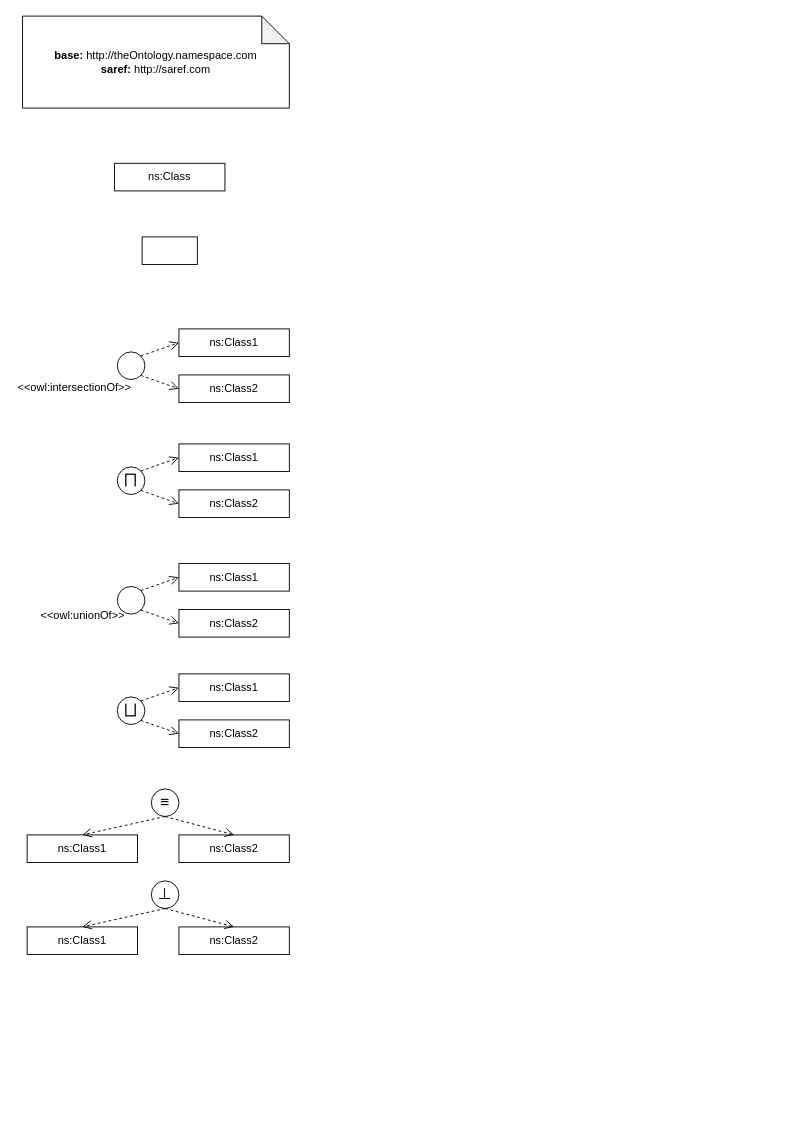
Before: data/unit_tests.drawio in oeg-upm/Chowlk, a draw.io diagram. Source tidied: cells renumbered, new cells numbered last; positions are measured from the earlier drawing's top-left corner, leaving out a move shared by most shapes. Both pictures are drawn from the tidied source at 92%, with x=0, y=0 at pixel (16, 16).
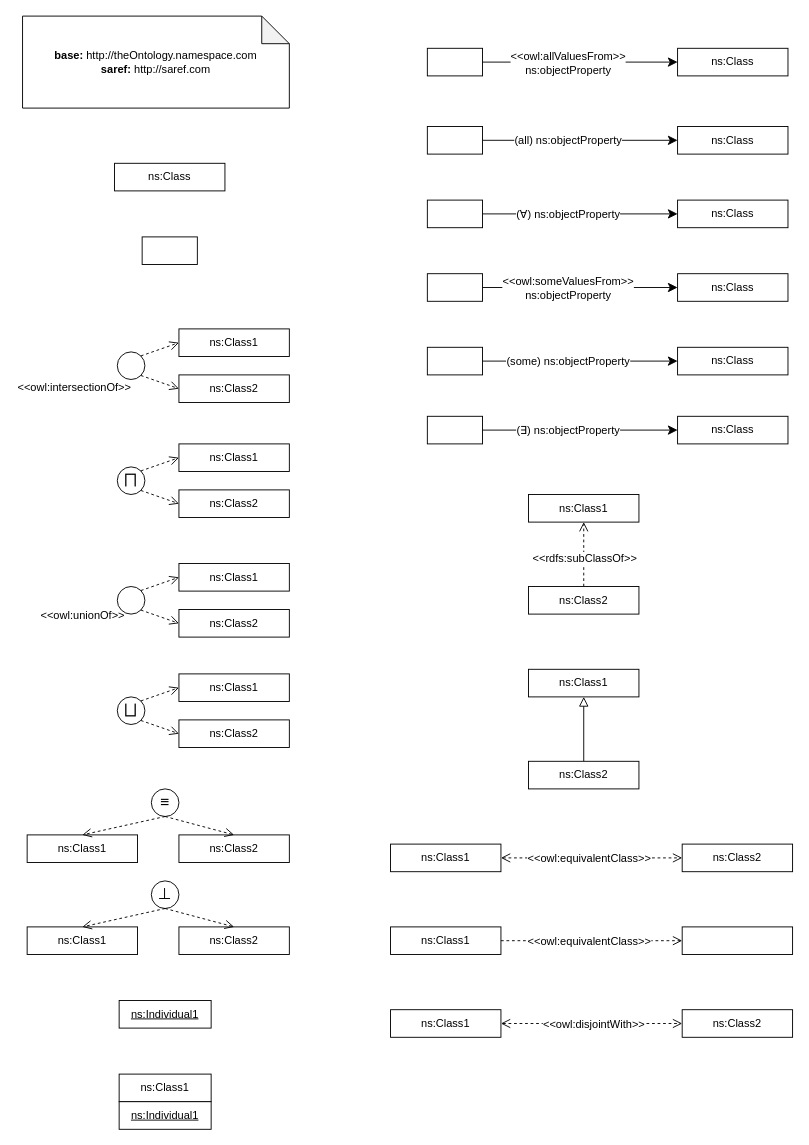
Above is the later version.

Change to the diagram source:
```diff
@@
+    <mxCell id="37" value="&lt;u&gt;ns:Individual1&lt;/u&gt;" style="rounded=0;whiteSpace=wrap;html=1;" parent="1" vertex="1">
+      <mxGeometry x="112" y="1070" width="100" height="30" as="geometry" />
+    </mxCell>
+    <mxCell id="38" value="ns:Class1" style="rounded=0;whiteSpace=wrap;html=1;" parent="1" vertex="1">
+      <mxGeometry x="112" y="1150" width="100" height="30" as="geometry" />
+    </mxCell>
+    <mxCell id="39" value="&lt;u&gt;ns:Individual1&lt;/u&gt;" style="rounded=0;whiteSpace=wrap;html=1;" parent="1" vertex="1">
+      <mxGeometry x="112" y="1180" width="100" height="30" as="geometry" />
+    </mxCell>
+    <mxCell id="40" style="rounded=0;whiteSpace=wrap;html=1;snapToPoint=1;points=[[0.1,0],[0.2,0],[0.3,0],[0.4,0],[0.5,0],[0.6,0],[0.7,0],[0.8,0],[0.9,0],[0,0.1],[0,0.3],[0,0.5],[0,0.7],[0,0.9],[0.1,1],[0.2,1],[0.3,1],[0.4,1],[0.5,1],[0.6,1],[0.7,1],[0.8,1],[0.9,1],[1,0.1],[1,0.3],[1,0.5],[1,0.7],[1,0.9]];" parent="1" vertex="1">
+      <mxGeometry x="447" y="35" width="60" height="30" as="geometry" />
+    </mxCell>
+    <mxCell id="41" value="ns:Class" style="rounded=0;whiteSpace=wrap;html=1;snapToPoint=1;points=[[0.1,0],[0.2,0],[0.3,0],[0.4,0],[0.5,0],[0.6,0],[0.7,0],[0.8,0],[0.9,0],[0,0.1],[0,0.3],[0,0.5],[0,0.7],[0,0.9],[0.1,1],[0.2,1],[0.3,1],[0.4,1],[0.5,1],[0.6,1],[0.7,1],[0.8,1],[0.9,1],[1,0.1],[1,0.3],[1,0.5],[1,0.7],[1,0.9]];" parent="1" vertex="1">
+      <mxGeometry x="719" y="35" width="120" height="30" as="geometry" />
+    </mxCell>
+    <mxCell id="42" style="endArrow=classic;html=1;exitX=1;exitY=0.5;exitDx=0;exitDy=0;entryX=0;entryY=0.5;entryDx=0;entryDy=0;endSize=8;" parent="1" edge="1" source="40" target="41">
+      <mxGeometry relative="1" as="geometry" />
+    </mxCell>
+    <mxCell id="43" value="&lt;div&gt;&lt;div&gt;&amp;lt;&amp;lt;owl:allValuesFrom&amp;gt;&amp;gt;&lt;/div&gt;ns:objectProperty&lt;/div&gt;" style="text;html=1;align=center;verticalAlign=middle;labelBackgroundColor=#ffffff;" parent="42" vertex="1">
+      <mxGeometry x="-0.13" relative="1" as="geometry" />
+    </mxCell>
+    <mxCell id="44" style="rounded=0;whiteSpace=wrap;html=1;snapToPoint=1;points=[[0.1,0],[0.2,0],[0.3,0],[0.4,0],[0.5,0],[0.6,0],[0.7,0],[0.8,0],[0.9,0],[0,0.1],[0,0.3],[0,0.5],[0,0.7],[0,0.9],[0.1,1],[0.2,1],[0.3,1],[0.4,1],[0.5,1],[0.6,1],[0.7,1],[0.8,1],[0.9,1],[1,0.1],[1,0.3],[1,0.5],[1,0.7],[1,0.9]];" parent="1" vertex="1">
+      <mxGeometry x="447" y="120" width="60" height="30" as="geometry" />
+    </mxCell>
+    <mxCell id="45" value="ns:Class" style="rounded=0;whiteSpace=wrap;html=1;snapToPoint=1;points=[[0.1,0],[0.2,0],[0.3,0],[0.4,0],[0.5,0],[0.6,0],[0.7,0],[0.8,0],[0.9,0],[0,0.1],[0,0.3],[0,0.5],[0,0.7],[0,0.9],[0.1,1],[0.2,1],[0.3,1],[0.4,1],[0.5,1],[0.6,1],[0.7,1],[0.8,1],[0.9,1],[1,0.1],[1,0.3],[1,0.5],[1,0.7],[1,0.9]];" parent="1" vertex="1">
+      <mxGeometry x="719" y="120" width="120" height="30" as="geometry" />
+    </mxCell>
+    <mxCell id="46" style="endArrow=classic;html=1;exitX=1;exitY=0.5;exitDx=0;exitDy=0;endSize=8;entryX=0;entryY=0.5;entryDx=0;entryDy=0;" parent="1" edge="1" source="44" target="45">
+      <mxGeometry relative="1" as="geometry" />
+    </mxCell>
+    <mxCell id="47" value="(all) ns:objectProperty" style="text;html=1;align=center;verticalAlign=middle;labelBackgroundColor=#ffffff;" parent="46" vertex="1">
+      <mxGeometry x="-0.13" relative="1" as="geometry" />
+    </mxCell>
+    <mxCell id="48" style="rounded=0;whiteSpace=wrap;html=1;snapToPoint=1;points=[[0.1,0],[0.2,0],[0.3,0],[0.4,0],[0.5,0],[0.6,0],[0.7,0],[0.8,0],[0.9,0],[0,0.1],[0,0.3],[0,0.5],[0,0.7],[0,0.9],[0.1,1],[0.2,1],[0.3,1],[0.4,1],[0.5,1],[0.6,1],[0.7,1],[0.8,1],[0.9,1],[1,0.1],[1,0.3],[1,0.5],[1,0.7],[1,0.9]];" parent="1" vertex="1">
+      <mxGeometry x="447" y="200" width="60" height="30" as="geometry" />
+    </mxCell>
+    <mxCell id="49" value="ns:Class" style="rounded=0;whiteSpace=wrap;html=1;snapToPoint=1;points=[[0.1,0],[0.2,0],[0.3,0],[0.4,0],[0.5,0],[0.6,0],[0.7,0],[0.8,0],[0.9,0],[0,0.1],[0,0.3],[0,0.5],[0,0.7],[0,0.9],[0.1,1],[0.2,1],[0.3,1],[0.4,1],[0.5,1],[0.6,1],[0.7,1],[0.8,1],[0.9,1],[1,0.1],[1,0.3],[1,0.5],[1,0.7],[1,0.9]];" parent="1" vertex="1">
+      <mxGeometry x="719" y="200" width="120" height="30" as="geometry" />
+    </mxCell>
+    <mxCell id="50" style="endArrow=classic;html=1;exitX=1;exitY=0.5;exitDx=0;exitDy=0;entryX=0;entryY=0.5;entryDx=0;entryDy=0;endSize=8;" parent="1" edge="1" source="48" target="49">
+      <mxGeometry relative="1" as="geometry" />
+    </mxCell>
+    <mxCell id="51" value="&lt;div&gt;(&lt;span class=&quot;ILfuVd NA6bn&quot;&gt;&lt;span class=&quot;e24Kjd&quot;&gt;∀&lt;/span&gt;&lt;/span&gt;) ns:objectProperty&lt;/div&gt;" style="text;html=1;align=center;verticalAlign=middle;labelBackgroundColor=#ffffff;" parent="50" vertex="1">
+      <mxGeometry x="-0.13" relative="1" as="geometry" />
+    </mxCell>
+    <mxCell id="52" style="rounded=0;whiteSpace=wrap;html=1;snapToPoint=1;points=[[0.1,0],[0.2,0],[0.3,0],[0.4,0],[0.5,0],[0.6,0],[0.7,0],[0.8,0],[0.9,0],[0,0.1],[0,0.3],[0,0.5],[0,0.7],[0,0.9],[0.1,1],[0.2,1],[0.3,1],[0.4,1],[0.5,1],[0.6,1],[0.7,1],[0.8,1],[0.9,1],[1,0.1],[1,0.3],[1,0.5],[1,0.7],[1,0.9]];" parent="1" vertex="1">
+      <mxGeometry x="447" y="280" width="60" height="30" as="geometry" />
+    </mxCell>
+    <mxCell id="53" value="ns:Class" style="rounded=0;whiteSpace=wrap;html=1;snapToPoint=1;points=[[0.1,0],[0.2,0],[0.3,0],[0.4,0],[0.5,0],[0.6,0],[0.7,0],[0.8,0],[0.9,0],[0,0.1],[0,0.3],[0,0.5],[0,0.7],[0,0.9],[0.1,1],[0.2,1],[0.3,1],[0.4,1],[0.5,1],[0.6,1],[0.7,1],[0.8,1],[0.9,1],[1,0.1],[1,0.3],[1,0.5],[1,0.7],[1,0.9]];" parent="1" vertex="1">
+      <mxGeometry x="719" y="280" width="120" height="30" as="geometry" />
+    </mxCell>
+    <mxCell id="54" style="endArrow=classic;html=1;exitX=1;exitY=0.5;exitDx=0;exitDy=0;entryX=0;entryY=0.5;entryDx=0;entryDy=0;endSize=8;" parent="1" edge="1" source="52" target="53">
+      <mxGeometry relative="1" as="geometry" />
+    </mxCell>
+    <mxCell id="55" value="&lt;div&gt;&lt;div&gt;&amp;lt;&amp;lt;owl:someValuesFrom&amp;gt;&amp;gt;&lt;/div&gt;ns:objectProperty&lt;/div&gt;" style="text;html=1;align=center;verticalAlign=middle;labelBackgroundColor=#ffffff;" parent="54" vertex="1">
+      <mxGeometry x="-0.13" relative="1" as="geometry" />
+    </mxCell>
+    <mxCell id="56" style="rounded=0;whiteSpace=wrap;html=1;snapToPoint=1;points=[[0.1,0],[0.2,0],[0.3,0],[0.4,0],[0.5,0],[0.6,0],[0.7,0],[0.8,0],[0.9,0],[0,0.1],[0,0.3],[0,0.5],[0,0.7],[0,0.9],[0.1,1],[0.2,1],[0.3,1],[0.4,1],[0.5,1],[0.6,1],[0.7,1],[0.8,1],[0.9,1],[1,0.1],[1,0.3],[1,0.5],[1,0.7],[1,0.9]];" parent="1" vertex="1">
+      <mxGeometry x="447" y="360" width="60" height="30" as="geometry" />
+    </mxCell>
+    <mxCell id="57" value="ns:Class" style="rounded=0;whiteSpace=wrap;html=1;snapToPoint=1;points=[[0.1,0],[0.2,0],[0.3,0],[0.4,0],[0.5,0],[0.6,0],[0.7,0],[0.8,0],[0.9,0],[0,0.1],[0,0.3],[0,0.5],[0,0.7],[0,0.9],[0.1,1],[0.2,1],[0.3,1],[0.4,1],[0.5,1],[0.6,1],[0.7,1],[0.8,1],[0.9,1],[1,0.1],[1,0.3],[1,0.5],[1,0.7],[1,0.9]];" parent="1" vertex="1">
+      <mxGeometry x="719" y="360" width="120" height="30" as="geometry" />
+    </mxCell>
+    <mxCell id="58" style="endArrow=classic;html=1;exitX=1;exitY=0.5;exitDx=0;exitDy=0;entryX=0;entryY=0.5;entryDx=0;entryDy=0;endSize=8;" parent="1" edge="1" source="56" target="57">
+      <mxGeometry relative="1" as="geometry" />
+    </mxCell>
+    <mxCell id="59" value="(some) ns:objectProperty" style="text;html=1;align=center;verticalAlign=middle;labelBackgroundColor=#ffffff;" parent="58" vertex="1">
+      <mxGeometry x="-0.13" relative="1" as="geometry" />
+    </mxCell>
+    <mxCell id="60" style="rounded=0;whiteSpace=wrap;html=1;snapToPoint=1;points=[[0.1,0],[0.2,0],[0.3,0],[0.4,0],[0.5,0],[0.6,0],[0.7,0],[0.8,0],[0.9,0],[0,0.1],[0,0.3],[0,0.5],[0,0.7],[0,0.9],[0.1,1],[0.2,1],[0.3,1],[0.4,1],[0.5,1],[0.6,1],[0.7,1],[0.8,1],[0.9,1],[1,0.1],[1,0.3],[1,0.5],[1,0.7],[1,0.9]];" parent="1" vertex="1">
+      <mxGeometry x="447" y="435" width="60" height="30" as="geometry" />
+    </mxCell>
+    <mxCell id="61" value="ns:Class" style="rounded=0;whiteSpace=wrap;html=1;snapToPoint=1;points=[[0.1,0],[0.2,0],[0.3,0],[0.4,0],[0.5,0],[0.6,0],[0.7,0],[0.8,0],[0.9,0],[0,0.1],[0,0.3],[0,0.5],[0,0.7],[0,0.9],[0.1,1],[0.2,1],[0.3,1],[0.4,1],[0.5,1],[0.6,1],[0.7,1],[0.8,1],[0.9,1],[1,0.1],[1,0.3],[1,0.5],[1,0.7],[1,0.9]];" parent="1" vertex="1">
+      <mxGeometry x="719" y="435" width="120" height="30" as="geometry" />
+    </mxCell>
+    <mxCell id="62" style="endArrow=classic;html=1;exitX=1;exitY=0.5;exitDx=0;exitDy=0;entryX=0;entryY=0.5;entryDx=0;entryDy=0;endSize=8;" parent="1" edge="1" source="60" target="61">
+      <mxGeometry relative="1" as="geometry" />
+    </mxCell>
+    <mxCell id="63" value="&lt;div&gt;(&lt;span class=&quot;ILfuVd NA6bn&quot;&gt;&lt;span class=&quot;e24Kjd&quot;&gt;∃&lt;/span&gt;&lt;/span&gt;) ns:objectProperty&lt;/div&gt;" style="text;html=1;align=center;verticalAlign=middle;labelBackgroundColor=#ffffff;" parent="62" vertex="1">
+      <mxGeometry x="-0.13" relative="1" as="geometry" />
+    </mxCell>
+    <mxCell id="64" style="endArrow=open;html=1;fontColor=#000099;exitX=0.5;exitY=0;exitDx=0;exitDy=0;endFill=0;dashed=1;entryX=0.5;entryY=1;entryDx=0;entryDy=0;endSize=8;" parent="1" edge="1" source="67" target="66">
+      <mxGeometry relative="1" as="geometry" />
+    </mxCell>
+    <mxCell id="65" value="&amp;lt;&amp;lt;rdfs:subClassOf&amp;gt;&amp;gt;" style="text;html=1;align=center;verticalAlign=middle;fontColor=#000000;labelBackgroundColor=#ffffff;" parent="64" vertex="1">
+      <mxGeometry x="-0.33" relative="1" as="geometry">
+        <mxPoint y="-7.1" as="offset" />
+      </mxGeometry>
+    </mxCell>
+    <mxCell id="66" value="ns:Class1" style="rounded=0;whiteSpace=wrap;html=1;snapToPoint=1;points=[[0.1,0],[0.2,0],[0.3,0],[0.4,0],[0.5,0],[0.6,0],[0.7,0],[0.8,0],[0.9,0],[0,0.1],[0,0.3],[0,0.5],[0,0.7],[0,0.9],[0.1,1],[0.2,1],[0.3,1],[0.4,1],[0.5,1],[0.6,1],[0.7,1],[0.8,1],[0.9,1],[1,0.1],[1,0.3],[1,0.5],[1,0.7],[1,0.9]];" parent="1" vertex="1">
+      <mxGeometry x="557" y="520" width="120" height="30" as="geometry" />
+    </mxCell>
+    <mxCell id="67" value="ns:Class2" style="rounded=0;whiteSpace=wrap;html=1;snapToPoint=1;points=[[0.1,0],[0.2,0],[0.3,0],[0.4,0],[0.5,0],[0.6,0],[0.7,0],[0.8,0],[0.9,0],[0,0.1],[0,0.3],[0,0.5],[0,0.7],[0,0.9],[0.1,1],[0.2,1],[0.3,1],[0.4,1],[0.5,1],[0.6,1],[0.7,1],[0.8,1],[0.9,1],[1,0.1],[1,0.3],[1,0.5],[1,0.7],[1,0.9]];" parent="1" vertex="1">
+      <mxGeometry x="557" y="620" width="120" height="30" as="geometry" />
+    </mxCell>
+    <mxCell id="68" style="endArrow=block;html=1;fontColor=#000099;exitX=0.5;exitY=0;exitDx=0;exitDy=0;endFill=0;entryX=0.5;entryY=1;entryDx=0;entryDy=0;endSize=8;" parent="1" edge="1" source="70" target="69">
+      <mxGeometry relative="1" as="geometry" />
+    </mxCell>
+    <mxCell id="69" value="ns:Class1" style="rounded=0;whiteSpace=wrap;html=1;snapToPoint=1;points=[[0.1,0],[0.2,0],[0.3,0],[0.4,0],[0.5,0],[0.6,0],[0.7,0],[0.8,0],[0.9,0],[0,0.1],[0,0.3],[0,0.5],[0,0.7],[0,0.9],[0.1,1],[0.2,1],[0.3,1],[0.4,1],[0.5,1],[0.6,1],[0.7,1],[0.8,1],[0.9,1],[1,0.1],[1,0.3],[1,0.5],[1,0.7],[1,0.9]];" parent="1" vertex="1">
+      <mxGeometry x="557" y="710" width="120" height="30" as="geometry" />
+    </mxCell>
+    <mxCell id="70" value="ns:Class2" style="rounded=0;whiteSpace=wrap;html=1;snapToPoint=1;points=[[0.1,0],[0.2,0],[0.3,0],[0.4,0],[0.5,0],[0.6,0],[0.7,0],[0.8,0],[0.9,0],[0,0.1],[0,0.3],[0,0.5],[0,0.7],[0,0.9],[0.1,1],[0.2,1],[0.3,1],[0.4,1],[0.5,1],[0.6,1],[0.7,1],[0.8,1],[0.9,1],[1,0.1],[1,0.3],[1,0.5],[1,0.7],[1,0.9]];" parent="1" vertex="1">
+      <mxGeometry x="557" y="810" width="120" height="30" as="geometry" />
+    </mxCell>
+    <mxCell id="71" style="endArrow=open;html=1;fontColor=#000099;exitX=1;exitY=0.5;exitDx=0;exitDy=0;endFill=0;dashed=1;entryX=0;entryY=0.5;entryDx=0;entryDy=0;endSize=8;startArrow=open;startFill=0;startSize=8;" parent="1" edge="1" source="74" target="73">
+      <mxGeometry relative="1" as="geometry" />
+    </mxCell>
+    <mxCell id="72" value="&amp;lt;&amp;lt;owl:equivalentClass&amp;gt;&amp;gt;" style="text;html=1;align=center;verticalAlign=middle;fontColor=#000000;labelBackgroundColor=#ffffff;" parent="71" vertex="1">
+      <mxGeometry x="-0.33" relative="1" as="geometry">
+        <mxPoint x="29.3" as="offset" />
+      </mxGeometry>
+    </mxCell>
+    <mxCell id="73" value="ns:Class2" style="rounded=0;whiteSpace=wrap;html=1;snapToPoint=1;points=[[0.1,0],[0.2,0],[0.3,0],[0.4,0],[0.5,0],[0.6,0],[0.7,0],[0.8,0],[0.9,0],[0,0.1],[0,0.3],[0,0.5],[0,0.7],[0,0.9],[0.1,1],[0.2,1],[0.3,1],[0.4,1],[0.5,1],[0.6,1],[0.7,1],[0.8,1],[0.9,1],[1,0.1],[1,0.3],[1,0.5],[1,0.7],[1,0.9]];" parent="1" vertex="1">
+      <mxGeometry x="724" y="900" width="120" height="30" as="geometry" />
+    </mxCell>
+    <mxCell id="74" value="ns:Class1" style="rounded=0;whiteSpace=wrap;html=1;snapToPoint=1;points=[[0.1,0],[0.2,0],[0.3,0],[0.4,0],[0.5,0],[0.6,0],[0.7,0],[0.8,0],[0.9,0],[0,0.1],[0,0.3],[0,0.5],[0,0.7],[0,0.9],[0.1,1],[0.2,1],[0.3,1],[0.4,1],[0.5,1],[0.6,1],[0.7,1],[0.8,1],[0.9,1],[1,0.1],[1,0.3],[1,0.5],[1,0.7],[1,0.9]];" parent="1" vertex="1">
+      <mxGeometry x="407" y="900" width="120" height="30" as="geometry" />
+    </mxCell>
+    <mxCell id="75" style="rounded=0;whiteSpace=wrap;html=1;snapToPoint=1;points=[[0.1,0],[0.2,0],[0.3,0],[0.4,0],[0.5,0],[0.6,0],[0.7,0],[0.8,0],[0.9,0],[0,0.1],[0,0.3],[0,0.5],[0,0.7],[0,0.9],[0.1,1],[0.2,1],[0.3,1],[0.4,1],[0.5,1],[0.6,1],[0.7,1],[0.8,1],[0.9,1],[1,0.1],[1,0.3],[1,0.5],[1,0.7],[1,0.9]];" parent="1" vertex="1">
+      <mxGeometry x="724" y="990" width="120" height="30" as="geometry" />
+    </mxCell>
+    <mxCell id="76" value="ns:Class1" style="rounded=0;whiteSpace=wrap;html=1;snapToPoint=1;points=[[0.1,0],[0.2,0],[0.3,0],[0.4,0],[0.5,0],[0.6,0],[0.7,0],[0.8,0],[0.9,0],[0,0.1],[0,0.3],[0,0.5],[0,0.7],[0,0.9],[0.1,1],[0.2,1],[0.3,1],[0.4,1],[0.5,1],[0.6,1],[0.7,1],[0.8,1],[0.9,1],[1,0.1],[1,0.3],[1,0.5],[1,0.7],[1,0.9]];" parent="1" vertex="1">
+      <mxGeometry x="407" y="990" width="120" height="30" as="geometry" />
+    </mxCell>
+    <mxCell id="77" style="endArrow=open;html=1;fontColor=#000099;exitX=1;exitY=0.5;exitDx=0;exitDy=0;endFill=0;dashed=1;entryX=0;entryY=0.5;entryDx=0;entryDy=0;endSize=8;startArrow=none;startFill=0;startSize=8;" parent="1" edge="1" source="76" target="75">
+      <mxGeometry relative="1" as="geometry" />
+    </mxCell>
+    <mxCell id="78" value="&amp;lt;&amp;lt;owl:equivalentClass&amp;gt;&amp;gt;" style="text;html=1;align=center;verticalAlign=middle;fontColor=#000000;labelBackgroundColor=#ffffff;" parent="77" vertex="1">
+      <mxGeometry x="-0.33" relative="1" as="geometry">
+        <mxPoint x="29.3" as="offset" />
+      </mxGeometry>
+    </mxCell>
+    <mxCell id="79" style="endArrow=open;html=1;fontColor=#000099;exitX=1;exitY=0.5;exitDx=0;exitDy=0;endFill=0;dashed=1;entryX=0;entryY=0.5;entryDx=0;entryDy=0;endSize=8;startArrow=open;startFill=0;startSize=8;" parent="1" edge="1" source="82" target="81">
+      <mxGeometry relative="1" as="geometry" />
+    </mxCell>
+    <mxCell id="80" value="&amp;lt;&amp;lt;owl:disjointWith&amp;gt;&amp;gt;" style="text;html=1;align=center;verticalAlign=middle;fontColor=#000000;labelBackgroundColor=#ffffff;" parent="79" vertex="1">
+      <mxGeometry x="-0.33" relative="1" as="geometry">
+        <mxPoint x="34.2" as="offset" />
+      </mxGeometry>
+    </mxCell>
+    <mxCell id="81" value="ns:Class2" style="rounded=0;whiteSpace=wrap;html=1;snapToPoint=1;points=[[0.1,0],[0.2,0],[0.3,0],[0.4,0],[0.5,0],[0.6,0],[0.7,0],[0.8,0],[0.9,0],[0,0.1],[0,0.3],[0,0.5],[0,0.7],[0,0.9],[0.1,1],[0.2,1],[0.3,1],[0.4,1],[0.5,1],[0.6,1],[0.7,1],[0.8,1],[0.9,1],[1,0.1],[1,0.3],[1,0.5],[1,0.7],[1,0.9]];" parent="1" vertex="1">
+      <mxGeometry x="724" y="1080" width="120" height="30" as="geometry" />
+    </mxCell>
+    <mxCell id="82" value="ns:Class1" style="rounded=0;whiteSpace=wrap;html=1;snapToPoint=1;points=[[0.1,0],[0.2,0],[0.3,0],[0.4,0],[0.5,0],[0.6,0],[0.7,0],[0.8,0],[0.9,0],[0,0.1],[0,0.3],[0,0.5],[0,0.7],[0,0.9],[0.1,1],[0.2,1],[0.3,1],[0.4,1],[0.5,1],[0.6,1],[0.7,1],[0.8,1],[0.9,1],[1,0.1],[1,0.3],[1,0.5],[1,0.7],[1,0.9]];" parent="1" vertex="1">
+      <mxGeometry x="407" y="1080" width="120" height="30" as="geometry" />
+    </mxCell>
```
